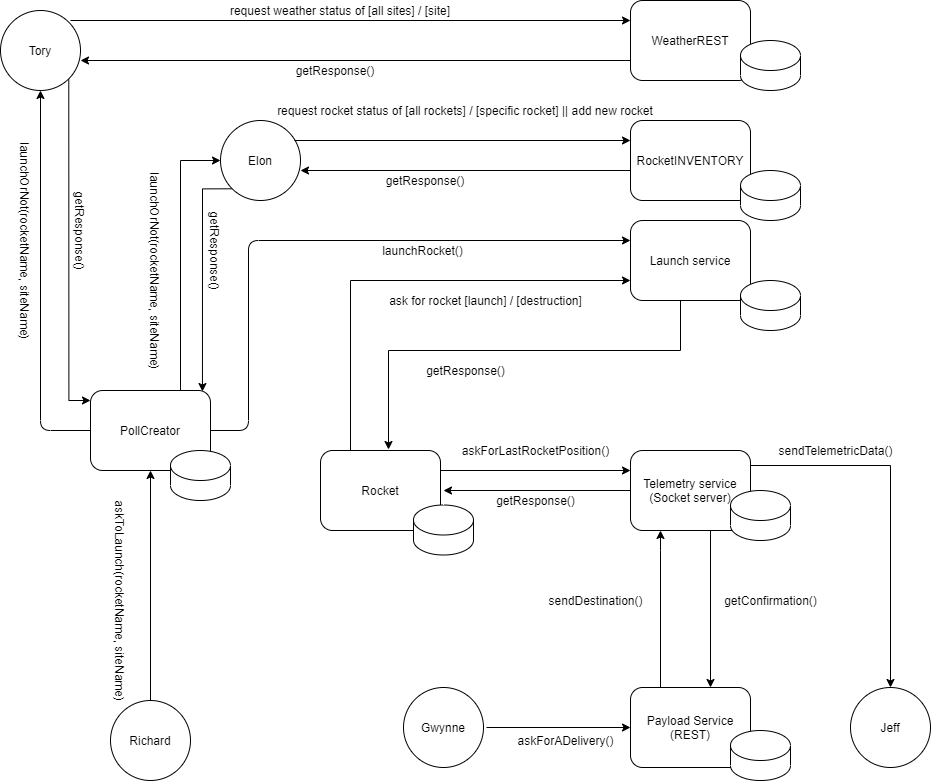
Above: docs/archi_scope_2.png in PaulKoffi/box-20-21-team-f-1 (draw.io), before the change. Source tidied: cells renumbered, new cells last; positions are measured from the earlier drawing's top-left corner, leaving out a move shared by most shapes. The source it was exported from:
```xml
<mxGraphModel>
  <root>
    <mxCell id="0" />
    <mxCell id="1" parent="0" />
    <mxCell id="2" style="edgeStyle=orthogonalEdgeStyle;rounded=0;jettySize=auto;html=1;exitX=1;exitY=1;exitDx=0;exitDy=0;" parent="1" edge="1" source="3" target="19">
      <mxGeometry relative="1" as="geometry">
        <Array as="points">
          <mxPoint x="148" y="400" />
        </Array>
      </mxGeometry>
    </mxCell>
    <mxCell id="3" value="Tory" style="ellipse;whiteSpace=wrap;html=1;" parent="1" vertex="1">
      <mxGeometry x="80" y="10" width="80" height="80" as="geometry" />
    </mxCell>
    <mxCell id="4" style="edgeStyle=orthogonalEdgeStyle;rounded=0;jettySize=auto;html=1;exitX=0;exitY=1;exitDx=0;exitDy=0;entryX=0.933;entryY=0.013;entryDx=0;entryDy=0;entryPerimeter=0;" parent="1" edge="1" source="5" target="19">
      <mxGeometry relative="1" as="geometry">
        <Array as="points">
          <mxPoint x="282" y="188" />
        </Array>
      </mxGeometry>
    </mxCell>
    <mxCell id="5" value="Elon" style="ellipse;whiteSpace=wrap;html=1;" parent="1" vertex="1">
      <mxGeometry x="300" y="120" width="80" height="80" as="geometry" />
    </mxCell>
    <mxCell id="6" style="edgeStyle=orthogonalEdgeStyle;rounded=0;jettySize=auto;html=1;exitX=0.5;exitY=0;exitDx=0;exitDy=0;entryX=0.5;entryY=1;entryDx=0;entryDy=0;" parent="1" edge="1" source="7" target="19">
      <mxGeometry relative="1" as="geometry" />
    </mxCell>
    <mxCell id="7" value="Richard" style="ellipse;whiteSpace=wrap;html=1;" parent="1" vertex="1">
      <mxGeometry x="190" y="700" width="80" height="80" as="geometry" />
    </mxCell>
    <mxCell id="8" value="Jeff" style="ellipse;whiteSpace=wrap;html=1;" parent="1" vertex="1">
      <mxGeometry x="930" y="687" width="80" height="80" as="geometry" />
    </mxCell>
    <mxCell id="9" value="Gwynne" style="ellipse;whiteSpace=wrap;html=1;" parent="1" vertex="1">
      <mxGeometry x="483" y="687" width="80" height="80" as="geometry" />
    </mxCell>
    <mxCell id="10" style="edgeStyle=orthogonalEdgeStyle;rounded=0;orthogonalLoop=1;jettySize=auto;html=1;" parent="1" edge="1">
      <mxGeometry relative="1" as="geometry">
        <mxPoint x="760" y="300" as="sourcePoint" />
        <mxPoint x="468" y="449" as="targetPoint" />
        <Array as="points">
          <mxPoint x="760" y="300" />
          <mxPoint x="760" y="350" />
          <mxPoint x="468" y="350" />
        </Array>
      </mxGeometry>
    </mxCell>
    <mxCell id="11" value="Launch service" style="rounded=1;whiteSpace=wrap;html=1;" parent="1" vertex="1">
      <mxGeometry x="710" y="220" width="120" height="80" as="geometry" />
    </mxCell>
    <mxCell id="12" style="edgeStyle=orthogonalEdgeStyle;rounded=0;jettySize=auto;html=1;exitX=0.25;exitY=0;exitDx=0;exitDy=0;entryX=0.25;entryY=1;entryDx=0;entryDy=0;" parent="1" edge="1" source="13" target="15">
      <mxGeometry relative="1" as="geometry">
        <Array as="points">
          <mxPoint x="740" y="550" />
          <mxPoint x="740" y="550" />
        </Array>
      </mxGeometry>
    </mxCell>
    <mxCell id="13" value="Payload Service (REST)" style="rounded=1;whiteSpace=wrap;html=1;" parent="1" vertex="1">
      <mxGeometry x="710" y="687" width="120" height="80" as="geometry" />
    </mxCell>
    <mxCell id="14" style="edgeStyle=orthogonalEdgeStyle;rounded=0;jettySize=auto;html=1;exitX=1;exitY=0.25;exitDx=0;exitDy=0;entryX=0.5;entryY=0;entryDx=0;entryDy=0;" parent="1" edge="1" source="15" target="8">
      <mxGeometry relative="1" as="geometry">
        <Array as="points">
          <mxPoint x="830" y="465" />
          <mxPoint x="970" y="465" />
        </Array>
      </mxGeometry>
    </mxCell>
    <mxCell id="15" value="Telemetry service&lt;br&gt;(Socket server)" style="rounded=1;whiteSpace=wrap;html=1;" parent="1" vertex="1">
      <mxGeometry x="710" y="450" width="120" height="80" as="geometry" />
    </mxCell>
    <mxCell id="16" value="RocketINVENTORY" style="rounded=1;whiteSpace=wrap;html=1;" parent="1" vertex="1">
      <mxGeometry x="710" y="120" width="120" height="80" as="geometry" />
    </mxCell>
    <mxCell id="17" value="WeatherREST" style="rounded=1;whiteSpace=wrap;html=1;" parent="1" vertex="1">
      <mxGeometry x="710" width="120" height="80" as="geometry" />
    </mxCell>
    <mxCell id="18" style="edgeStyle=orthogonalEdgeStyle;rounded=0;jettySize=auto;html=1;exitX=0.75;exitY=0;exitDx=0;exitDy=0;entryX=0;entryY=0.5;entryDx=0;entryDy=0;" parent="1" edge="1" source="19" target="5">
      <mxGeometry relative="1" as="geometry" />
    </mxCell>
    <mxCell id="19" value="PollCreator" style="rounded=1;whiteSpace=wrap;html=1;" parent="1" vertex="1">
      <mxGeometry x="170" y="390" width="120" height="80" as="geometry" />
    </mxCell>
    <mxCell id="20" style="endArrow=classic;html=1;entryX=0;entryY=0.25;entryDx=0;entryDy=0;exitX=1;exitY=0.5;exitDx=0;exitDy=0;" parent="1" edge="1" source="19" target="11">
      <mxGeometry relative="1" as="geometry">
        <Array as="points">
          <mxPoint x="328" y="430" />
          <mxPoint x="328" y="240" />
        </Array>
      </mxGeometry>
    </mxCell>
    <mxCell id="21" style="endArrow=classic;html=1;entryX=0;entryY=0.5;entryDx=0;entryDy=0;" parent="1" edge="1" target="13">
      <mxGeometry relative="1" as="geometry">
        <mxPoint x="566" y="727" as="sourcePoint" />
      </mxGeometry>
    </mxCell>
    <mxCell id="22" style="shape=cylinder3;whiteSpace=wrap;html=1;boundedLbl=1;backgroundOutline=1;size=15;" parent="1" vertex="1">
      <mxGeometry x="810" y="730" width="60" height="50" as="geometry" />
    </mxCell>
    <mxCell id="23" style="shape=cylinder3;whiteSpace=wrap;html=1;boundedLbl=1;backgroundOutline=1;size=15;" parent="1" vertex="1">
      <mxGeometry x="810" y="490" width="60" height="50" as="geometry" />
    </mxCell>
    <mxCell id="24" style="shape=cylinder3;whiteSpace=wrap;html=1;boundedLbl=1;backgroundOutline=1;size=15;" parent="1" vertex="1">
      <mxGeometry x="820" y="170" width="60" height="50" as="geometry" />
    </mxCell>
    <mxCell id="25" style="shape=cylinder3;whiteSpace=wrap;html=1;boundedLbl=1;backgroundOutline=1;size=15;" parent="1" vertex="1">
      <mxGeometry x="820" y="40" width="60" height="50" as="geometry" />
    </mxCell>
    <mxCell id="26" style="shape=cylinder3;whiteSpace=wrap;html=1;boundedLbl=1;backgroundOutline=1;size=15;" parent="1" vertex="1">
      <mxGeometry x="250" y="450" width="60" height="50" as="geometry" />
    </mxCell>
    <mxCell id="27" style="shape=cylinder3;whiteSpace=wrap;html=1;boundedLbl=1;backgroundOutline=1;size=15;" parent="1" vertex="1">
      <mxGeometry x="820" y="280" width="60" height="50" as="geometry" />
    </mxCell>
    <mxCell id="28" style="endArrow=classic;html=1;" parent="1" edge="1">
      <mxGeometry relative="1" as="geometry">
        <mxPoint x="790" y="530" as="sourcePoint" />
        <mxPoint x="790" y="687" as="targetPoint" />
      </mxGeometry>
    </mxCell>
    <mxCell id="29" style="endArrow=classic;html=1;entryX=0;entryY=0.25;entryDx=0;entryDy=0;" parent="1" edge="1" target="17">
      <mxGeometry relative="1" as="geometry">
        <mxPoint x="150" y="20" as="sourcePoint" />
      </mxGeometry>
    </mxCell>
    <mxCell id="30" value="getResponse()" style="text;html=1;strokeColor=none;fillColor=none;align=center;verticalAlign=middle;whiteSpace=wrap;rounded=0;" parent="1" vertex="1">
      <mxGeometry x="310" y="60" width="210" height="20" as="geometry" />
    </mxCell>
    <mxCell id="31" style="endArrow=classic;html=1;exitX=0;exitY=0.75;exitDx=0;exitDy=0;" parent="1" edge="1" source="17">
      <mxGeometry relative="1" as="geometry">
        <mxPoint x="160" y="60" as="targetPoint" />
      </mxGeometry>
    </mxCell>
    <mxCell id="32" value="request weather status of [all sites] / [site]" style="text;html=1;strokeColor=none;fillColor=none;align=center;verticalAlign=middle;whiteSpace=wrap;rounded=0;" parent="1" vertex="1">
      <mxGeometry x="130" width="580" height="20" as="geometry" />
    </mxCell>
    <mxCell id="33" style="endArrow=classic;html=1;entryX=0;entryY=0.25;entryDx=0;entryDy=0;" parent="1" edge="1" target="16">
      <mxGeometry relative="1" as="geometry">
        <mxPoint x="374" y="140" as="sourcePoint" />
      </mxGeometry>
    </mxCell>
    <mxCell id="34" value="request rocket status of [all rockets] / [specific rocket] || add new rocket" style="text;html=1;strokeColor=none;fillColor=none;align=center;verticalAlign=middle;whiteSpace=wrap;rounded=0;" parent="1" vertex="1">
      <mxGeometry x="350" y="100" width="390" height="20" as="geometry" />
    </mxCell>
    <mxCell id="35" value="getResponse()" style="text;html=1;strokeColor=none;fillColor=none;align=center;verticalAlign=middle;whiteSpace=wrap;rounded=0;" parent="1" vertex="1">
      <mxGeometry x="450" y="170" width="110" height="20" as="geometry" />
    </mxCell>
    <mxCell id="36" style="endArrow=classic;html=1;" parent="1" edge="1">
      <mxGeometry relative="1" as="geometry">
        <mxPoint x="710" y="170" as="sourcePoint" />
        <mxPoint x="380" y="170" as="targetPoint" />
      </mxGeometry>
    </mxCell>
    <mxCell id="37" style="edgeStyle=orthogonalEdgeStyle;rounded=0;jettySize=auto;html=1;exitX=0.75;exitY=0;exitDx=0;exitDy=0;entryX=0;entryY=0.75;entryDx=0;entryDy=0;" parent="1" edge="1" source="38" target="11">
      <mxGeometry relative="1" as="geometry">
        <Array as="points">
          <mxPoint x="430" y="450" />
          <mxPoint x="430" y="280" />
        </Array>
      </mxGeometry>
    </mxCell>
    <mxCell id="38" value="Rocket" style="rounded=1;whiteSpace=wrap;html=1;" parent="1" vertex="1">
      <mxGeometry x="400" y="450" width="120" height="80" as="geometry" />
    </mxCell>
    <mxCell id="39" value="launchRocket()" style="text;html=1;strokeColor=none;fillColor=none;align=center;verticalAlign=middle;whiteSpace=wrap;rounded=0;" parent="1" vertex="1">
      <mxGeometry x="450" y="240" width="105" height="20" as="geometry" />
    </mxCell>
    <mxCell id="40" style="shape=cylinder3;whiteSpace=wrap;html=1;boundedLbl=1;backgroundOutline=1;size=15;" parent="1" vertex="1">
      <mxGeometry x="493" y="504.5" width="60" height="50" as="geometry" />
    </mxCell>
    <mxCell id="41" value="sendTelemetricData()" style="text;html=1;align=center;verticalAlign=middle;rotation=0;" parent="1" vertex="1">
      <mxGeometry x="850" y="440" width="130" height="20" as="geometry" />
    </mxCell>
    <mxCell id="42" style="endArrow=classic;html=1;exitX=1;exitY=0.25;exitDx=0;exitDy=0;entryX=0;entryY=0.25;entryDx=0;entryDy=0;" parent="1" edge="1" source="38" target="15">
      <mxGeometry relative="1" as="geometry" />
    </mxCell>
    <mxCell id="43" value="getResponse()" style="text;html=1;align=center;verticalAlign=middle;" parent="1" vertex="1">
      <mxGeometry x="570" y="490" width="90" height="20" as="geometry" />
    </mxCell>
    <mxCell id="44" style="endArrow=classic;html=1;entryX=0.5;entryY=1;entryDx=0;entryDy=0;exitX=0;exitY=0.5;exitDx=0;exitDy=0;" parent="1" edge="1" source="19" target="3">
      <mxGeometry relative="1" as="geometry">
        <Array as="points">
          <mxPoint x="120" y="430" />
        </Array>
      </mxGeometry>
    </mxCell>
    <mxCell id="45" value="ask for rocket [launch] / [destruction]" style="text;html=1;align=center;verticalAlign=middle;" parent="1" vertex="1">
      <mxGeometry x="460" y="290" width="210" height="20" as="geometry" />
    </mxCell>
    <mxCell id="46" value="askToLaunch(rocketName, siteName)" style="text;html=1;align=center;verticalAlign=middle;rotation=90;" parent="1" vertex="1">
      <mxGeometry x="90" y="590" width="220" height="20" as="geometry" />
    </mxCell>
    <mxCell id="47" value="launchOrNot(rocketName, siteName)" style="text;html=1;align=center;verticalAlign=middle;rotation=90;" parent="1" vertex="1">
      <mxGeometry y="230" width="210" height="20" as="geometry" />
    </mxCell>
    <mxCell id="48" value="launchOrNot(rocketName, siteName)" style="text;html=1;align=center;verticalAlign=middle;rotation=90;" parent="1" vertex="1">
      <mxGeometry x="130" y="260" width="210" height="20" as="geometry" />
    </mxCell>
    <mxCell id="49" value="getResponse()" style="text;html=1;align=center;verticalAlign=middle;rotation=90;" parent="1" vertex="1">
      <mxGeometry x="115" y="220" width="90" height="20" as="geometry" />
    </mxCell>
    <mxCell id="50" value="getResponse()" style="text;html=1;align=center;verticalAlign=middle;rotation=90;" parent="1" vertex="1">
      <mxGeometry x="250" y="240" width="90" height="20" as="geometry" />
    </mxCell>
    <mxCell id="51" value="sendDestination()" style="text;html=1;align=center;verticalAlign=middle;" parent="1" vertex="1">
      <mxGeometry x="620" y="590" width="110" height="20" as="geometry" />
    </mxCell>
    <mxCell id="52" value="getConfirmation()" style="text;html=1;align=center;verticalAlign=middle;" parent="1" vertex="1">
      <mxGeometry x="795" y="590" width="110" height="20" as="geometry" />
    </mxCell>
    <mxCell id="53" value="askForADelivery()" style="text;html=1;align=center;verticalAlign=middle;" parent="1" vertex="1">
      <mxGeometry x="590" y="730" width="110" height="20" as="geometry" />
    </mxCell>
    <mxCell id="54" value="getResponse()" style="text;html=1;align=center;verticalAlign=middle;" parent="1" vertex="1">
      <mxGeometry x="500" y="360" width="90" height="20" as="geometry" />
    </mxCell>
    <mxCell id="55" style="endArrow=classic;html=1;exitX=0;exitY=0.5;exitDx=0;exitDy=0;" parent="1" edge="1" source="15">
      <mxGeometry relative="1" as="geometry">
        <mxPoint x="523" y="490" as="targetPoint" />
      </mxGeometry>
    </mxCell>
    <mxCell id="56" value="askForLastRocketPosition()" style="text;html=1;align=center;verticalAlign=middle;" parent="1" vertex="1">
      <mxGeometry x="535" y="440" width="160" height="20" as="geometry" />
    </mxCell>
  </root>
</mxGraphModel>
```
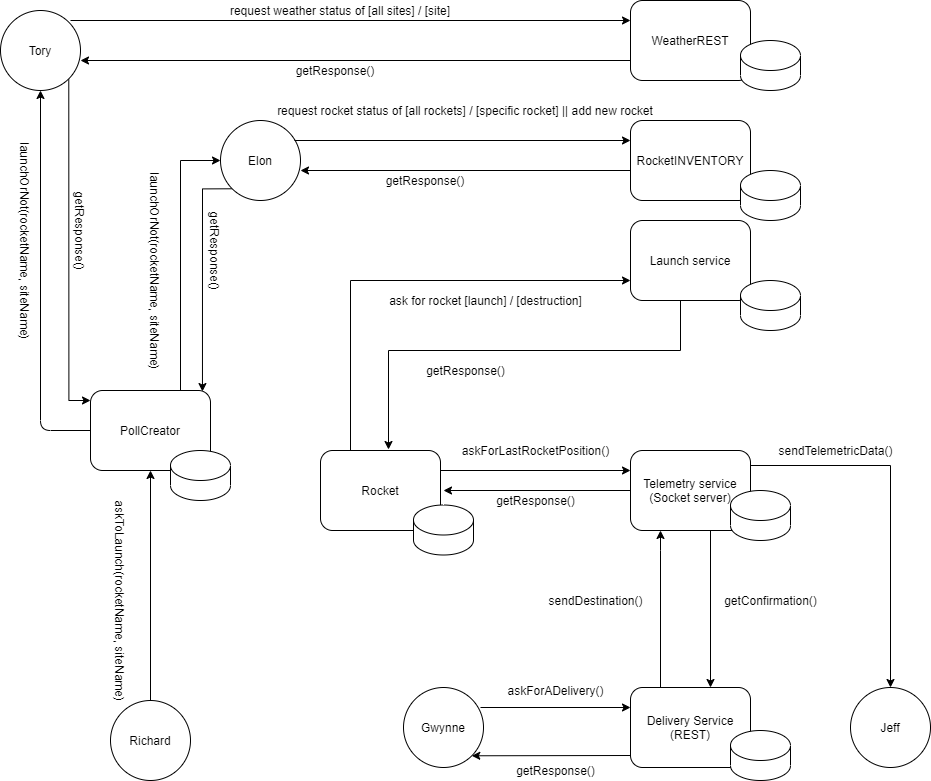
Above is the later version.

The edit, as a diff of the source:
```diff
@@ -56,7 +56,7 @@
         </Array>
       </mxGeometry>
     </mxCell>
-    <mxCell id="13" value="Payload Service (REST)" style="rounded=1;whiteSpace=wrap;html=1;" parent="1" vertex="1">
+    <mxCell id="13" value="Delivery&amp;nbsp;Service (REST)" style="rounded=1;whiteSpace=wrap;html=1;" parent="1" vertex="1">
       <mxGeometry x="710" y="687" width="120" height="80" as="geometry" />
     </mxCell>
     <mxCell id="14" style="edgeStyle=orthogonalEdgeStyle;rounded=0;jettySize=auto;html=1;exitX=1;exitY=0.25;exitDx=0;exitDy=0;entryX=0.5;entryY=0;entryDx=0;entryDy=0;" parent="1" edge="1" source="15" target="8">
@@ -82,17 +82,9 @@
     <mxCell id="19" value="PollCreator" style="rounded=1;whiteSpace=wrap;html=1;" parent="1" vertex="1">
       <mxGeometry x="170" y="390" width="120" height="80" as="geometry" />
     </mxCell>
-    <mxCell id="20" style="endArrow=classic;html=1;entryX=0;entryY=0.25;entryDx=0;entryDy=0;exitX=1;exitY=0.5;exitDx=0;exitDy=0;" parent="1" edge="1" source="19" target="11">
-      <mxGeometry relative="1" as="geometry">
-        <Array as="points">
-          <mxPoint x="328" y="430" />
-          <mxPoint x="328" y="240" />
-        </Array>
-      </mxGeometry>
-    </mxCell>
-    <mxCell id="21" style="endArrow=classic;html=1;entryX=0;entryY=0.5;entryDx=0;entryDy=0;" parent="1" edge="1" target="13">
+    <mxCell id="21" style="endArrow=classic;html=1;entryX=0;entryY=0.25;entryDx=0;entryDy=0;" parent="1" edge="1" target="13">
       <mxGeometry relative="1" as="geometry">
-        <mxPoint x="566" y="727" as="sourcePoint" />
+        <mxPoint x="560" y="707" as="sourcePoint" />
       </mxGeometry>
     </mxCell>
     <mxCell id="22" style="shape=cylinder3;whiteSpace=wrap;html=1;boundedLbl=1;backgroundOutline=1;size=15;" parent="1" vertex="1">
@@ -163,9 +155,6 @@
     <mxCell id="38" value="Rocket" style="rounded=1;whiteSpace=wrap;html=1;" parent="1" vertex="1">
       <mxGeometry x="400" y="450" width="120" height="80" as="geometry" />
     </mxCell>
-    <mxCell id="39" value="launchRocket()" style="text;html=1;strokeColor=none;fillColor=none;align=center;verticalAlign=middle;whiteSpace=wrap;rounded=0;" parent="1" vertex="1">
-      <mxGeometry x="450" y="240" width="105" height="20" as="geometry" />
-    </mxCell>
     <mxCell id="40" style="shape=cylinder3;whiteSpace=wrap;html=1;boundedLbl=1;backgroundOutline=1;size=15;" parent="1" vertex="1">
       <mxGeometry x="493" y="504.5" width="60" height="50" as="geometry" />
     </mxCell>
@@ -210,7 +199,7 @@
       <mxGeometry x="795" y="590" width="110" height="20" as="geometry" />
     </mxCell>
     <mxCell id="53" value="askForADelivery()" style="text;html=1;align=center;verticalAlign=middle;" parent="1" vertex="1">
-      <mxGeometry x="590" y="730" width="110" height="20" as="geometry" />
+      <mxGeometry x="580" y="680" width="110" height="20" as="geometry" />
     </mxCell>
     <mxCell id="54" value="getResponse()" style="text;html=1;align=center;verticalAlign=middle;" parent="1" vertex="1">
       <mxGeometry x="500" y="360" width="90" height="20" as="geometry" />
@@ -223,5 +212,13 @@
     <mxCell id="56" value="askForLastRocketPosition()" style="text;html=1;align=center;verticalAlign=middle;" parent="1" vertex="1">
       <mxGeometry x="535" y="440" width="160" height="20" as="geometry" />
     </mxCell>
+    <mxCell id="57" value="getResponse()" style="text;html=1;align=center;verticalAlign=middle;" parent="1" vertex="1">
+      <mxGeometry x="590" y="760" width="90" height="20" as="geometry" />
+    </mxCell>
+    <mxCell id="58" style="endArrow=classic;html=1;entryX=1;entryY=1;entryDx=0;entryDy=0;" parent="1" edge="1" target="9">
+      <mxGeometry relative="1" as="geometry">
+        <mxPoint x="710" y="755" as="sourcePoint" />
+      </mxGeometry>
+    </mxCell>
   </root>
 </mxGraphModel>
```
